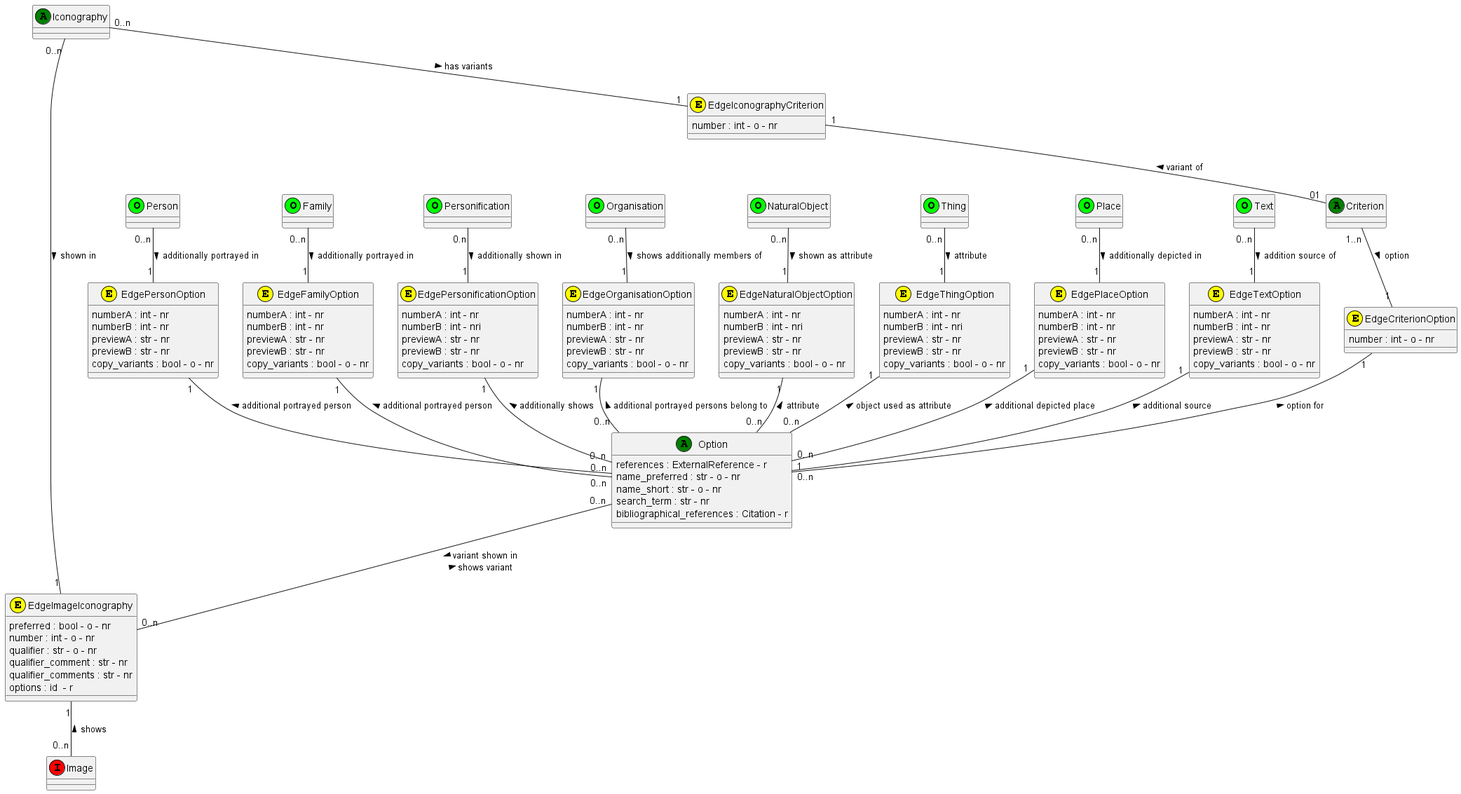
Before: documentation/class_diagrams/Option.png, a diagram exported from PlantUML (tmasch/bpf_be).
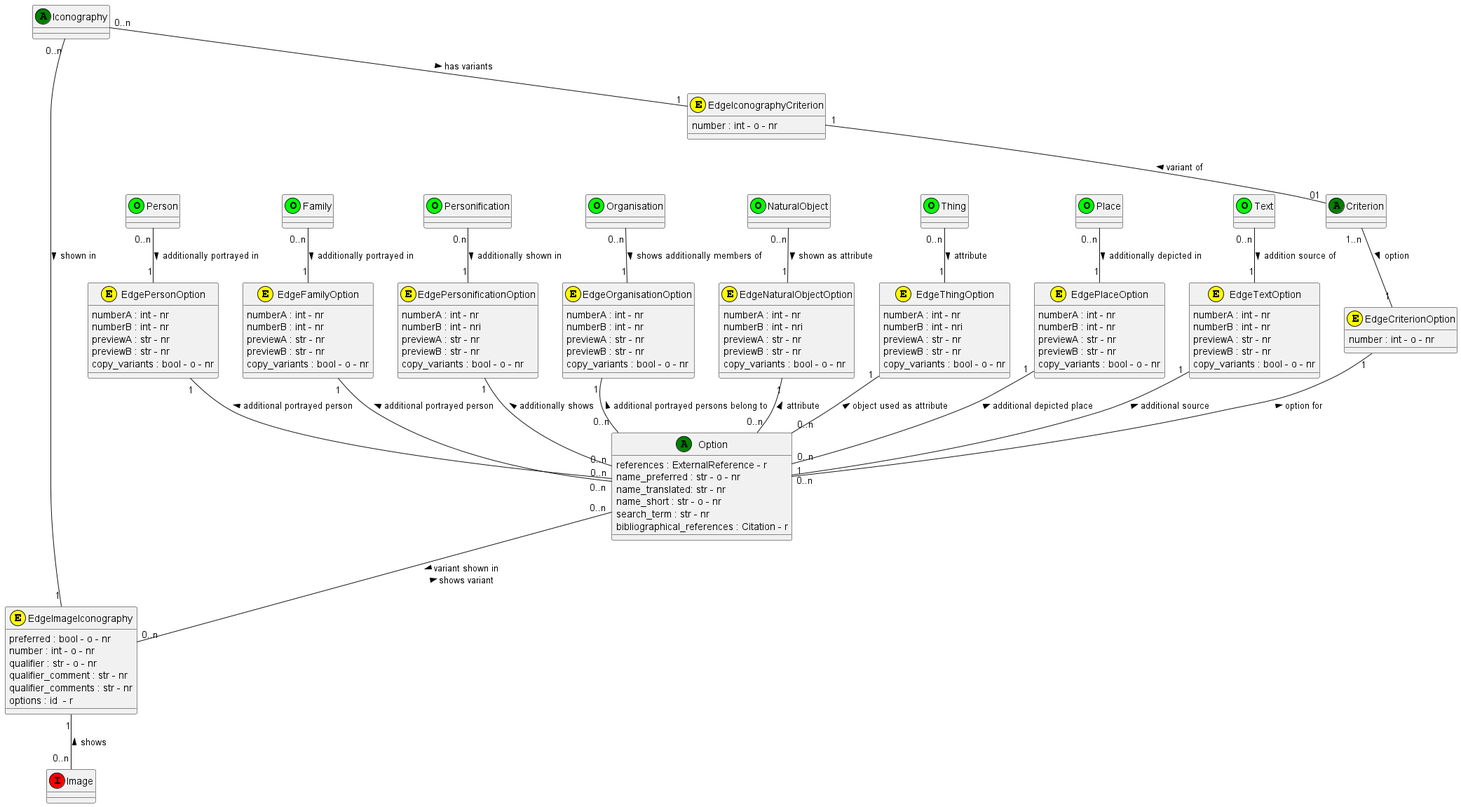
Later version of the same file.

The edit, as a diff of the source:
```diff
@@ -3,6 +3,7 @@
 class Option <<(A,green)>>
 Option : references : ExternalReference - r
 Option : name_preferred : str - o - nr
+Option : name_translated: str - nr
 Option : name_short : str - o - nr
 Option : search_term : str - nr
 Option : bibliographical_references : Citation - r
@@ -105,6 +106,7 @@
 Iconography "0..n" -- "1" EdgeIconographyCriterion : has variants >
 EdgeIconographyCriterion "1" -- "01" Criterion : variant of <
 
+
 Criterion "1..n" -- "1" EdgeCriterionOption : option >
 EdgeCriterionOption "1" -- "1" Option : < option for
 
```
